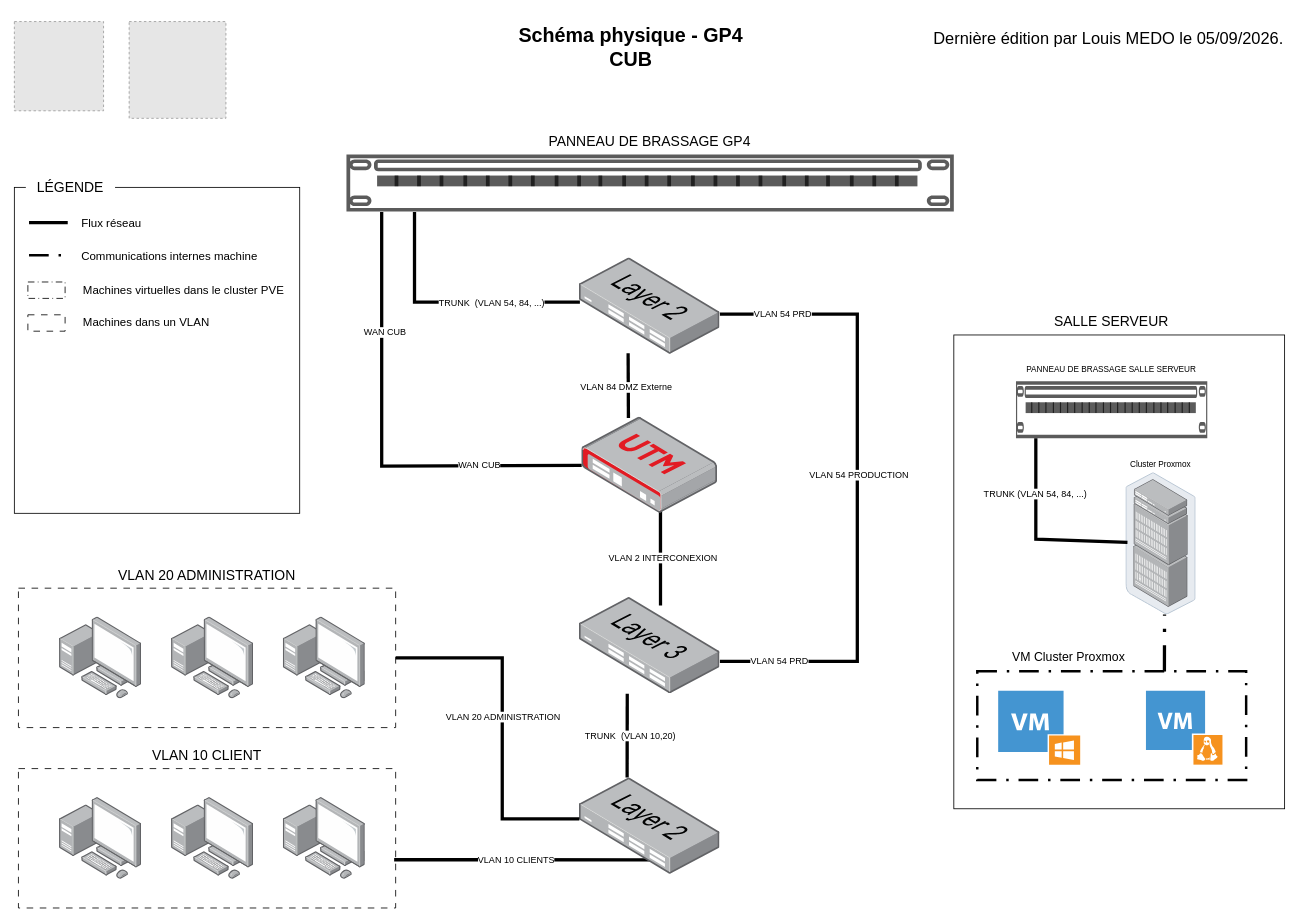
Earlier version of the draw.io diagram docs/ressources/schemas/cub-schema-physique-gp4.drawio (FireToak/cub-docs). Source tidied: cells renumbered, new cells numbered last; positions are measured from the earlier drawing's top-left corner, leaving out a move shared by most shapes. Both pictures are drawn from the tidied source at 82%, with x=0, y=0 at pixel (14, 14). Pictures stored in the file or linked from it are replaced by grey dashed boxes.
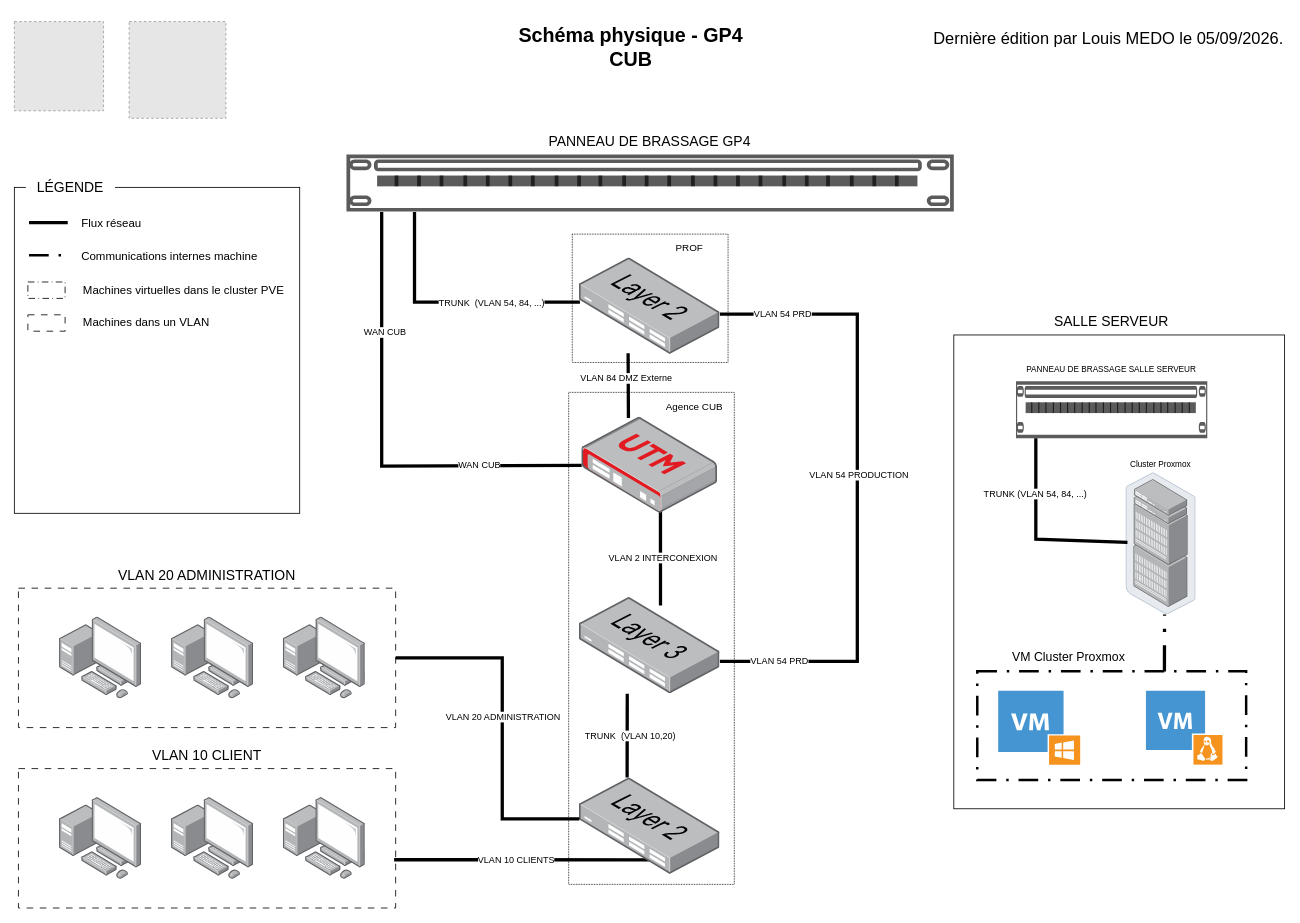
The same diagram, later.

Commit message (it also covers changes not shown here):
chore: ajout de la zone prof et agence cub

The change refers to these unchanged cells:
```xml
<mxCell id="13" style="endArrow=none;html=1;rounded=0;exitX=0.344;exitY=0.01;exitDx=0;exitDy=0;exitPerimeter=0;strokeWidth=4;" parent="1" edge="1" source="21">
  <mxGeometry relative="1" as="geometry">
    <mxPoint x="748.5" y="413.4" as="targetPoint" />
  </mxGeometry>
</mxCell>
```

What changed in the source:
```diff
@@
+    <mxCell id="64" style="rounded=0;whiteSpace=wrap;html=1;dashed=1;dashPattern=1 1;" parent="1" vertex="1">
+      <mxGeometry x="676" y="461" width="202" height="600" as="geometry" />
+    </mxCell>
+    <mxCell id="65" style="rounded=0;whiteSpace=wrap;html=1;dashed=1;dashPattern=1 1;" parent="1" vertex="1">
+      <mxGeometry x="680.4" y="268" width="190" height="156.5" as="geometry" />
+    </mxCell>
@@
     <mxCell id="14" value="VLAN 84 DMZ Externe" style="edgeLabel;html=1;align=center;verticalAlign=middle;labelPadding=10;" parent="13" vertex="1">
-      <mxGeometry x="-0.04" y="3" relative="1" as="geometry" />
+      <mxGeometry x="-0.04" y="3" relative="1" as="geometry">
+        <mxPoint y="-11" as="offset" />
+      </mxGeometry>
     </mxCell>
@@
+    <mxCell id="66" value="PROF" style="text;html=1;whiteSpace=wrap;strokeColor=none;fillColor=none;align=center;verticalAlign=middle;rounded=0;" parent="1" vertex="1">
+      <mxGeometry x="777" y="270.4" width="93.3" height="30" as="geometry" />
+    </mxCell>
+    <mxCell id="67" value="Agence CUB" style="text;html=1;whiteSpace=wrap;strokeColor=none;fillColor=default;align=center;verticalAlign=middle;rounded=0;" parent="1" vertex="1">
+      <mxGeometry x="783.1" y="464.2" width="93.3" height="30" as="geometry" />
+    </mxCell>
```
